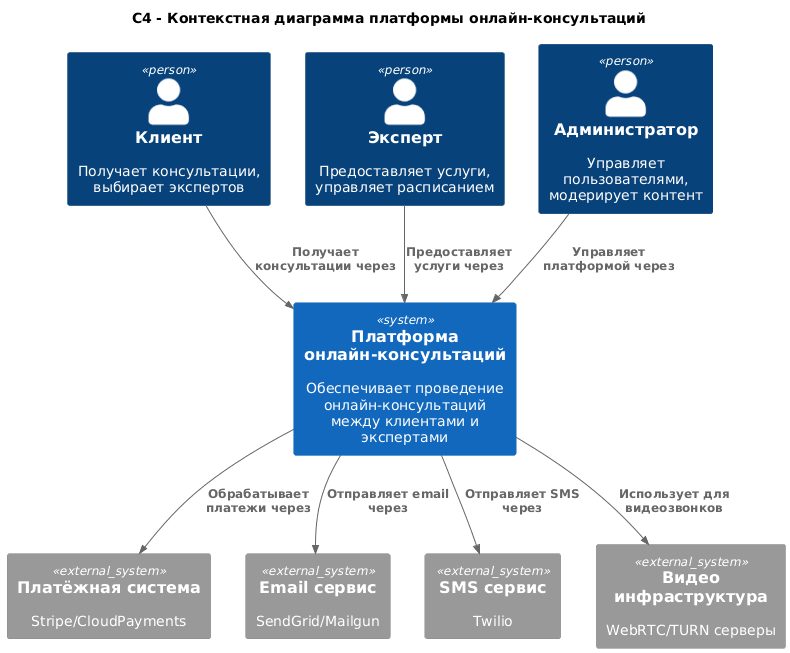
Earlier version of the PlantUML export 2. Технический проект/context.png (Exorcistee/architect).
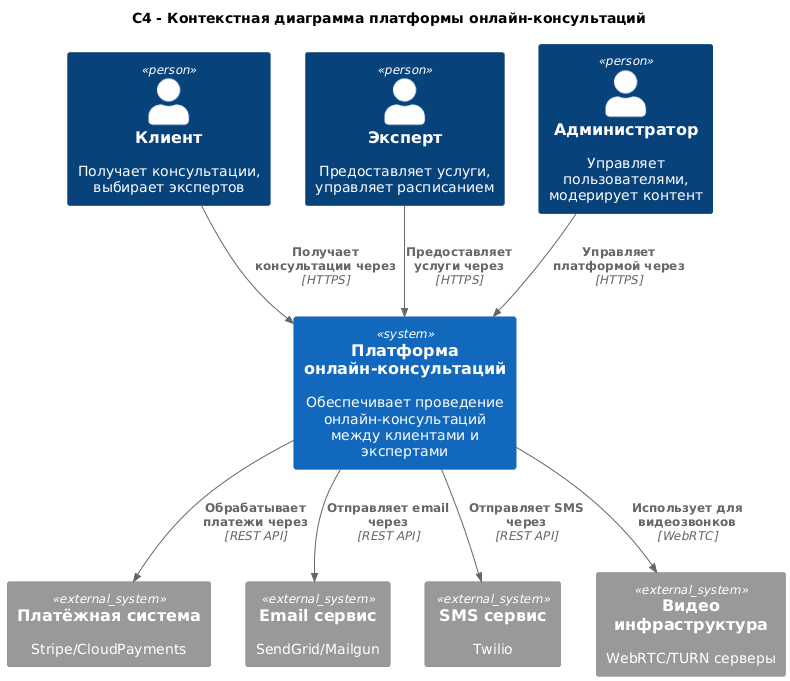
Later version of the same file.

The edit, as a diff of the source:
```diff
@@ -15,12 +15,12 @@
 System_Ext(sms_ext, "SMS сервис", "Twilio")
 System_Ext(video_ext, "Видео инфраструктура", "WebRTC/TURN серверы")
 
-Rel(client, platform, "Получает консультации через")
-Rel(expert, platform, "Предоставляет услуги через")
-Rel(admin, platform, "Управляет платформой через")
+Rel(client, platform, "Получает консультации через", "HTTPS")
+Rel(expert, platform, "Предоставляет услуги через", "HTTPS")
+Rel(admin, platform, "Управляет платформой через", "HTTPS")
 
-Rel(platform, payment_ext, "Обрабатывает платежи через")
-Rel(platform, email_ext, "Отправляет email через")
-Rel(platform, sms_ext, "Отправляет SMS через")
-Rel(platform, video_ext, "Использует для видеозвонков")
+Rel(platform, payment_ext, "Обрабатывает платежи через", "REST API")
+Rel(platform, email_ext, "Отправляет email через", "REST API")
+Rel(platform, sms_ext, "Отправляет SMS через", "REST API")
+Rel(platform, video_ext, "Использует для видеозвонков", "WebRTC")
 @enduml
```
